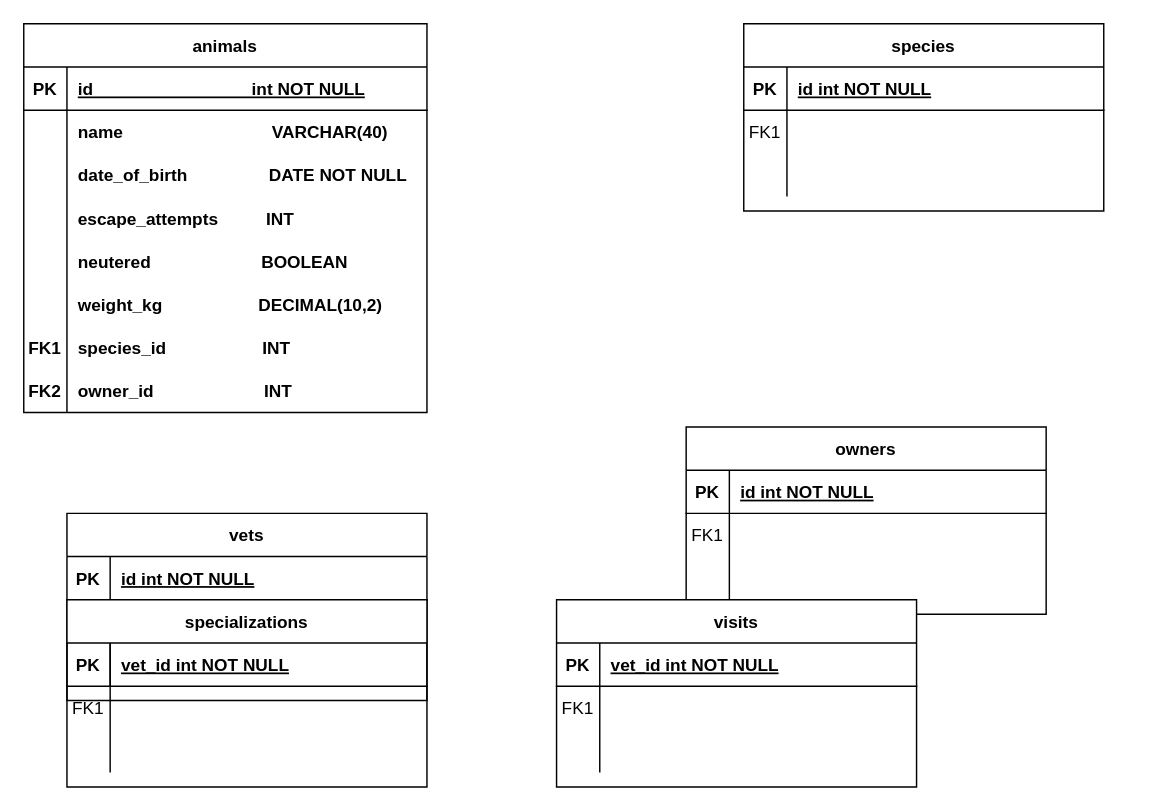
Earlier version of the draw.io diagram Untitled Diagram.drawio (mpa-mxiang/vet-clinic). Source tidied: cells renumbered, new cells numbered last; positions are measured from the earlier drawing's top-left corner, leaving out a move shared by most shapes. Both pictures are drawn from the tidied source at 144%, with x=0, y=0 at pixel (23, 23).
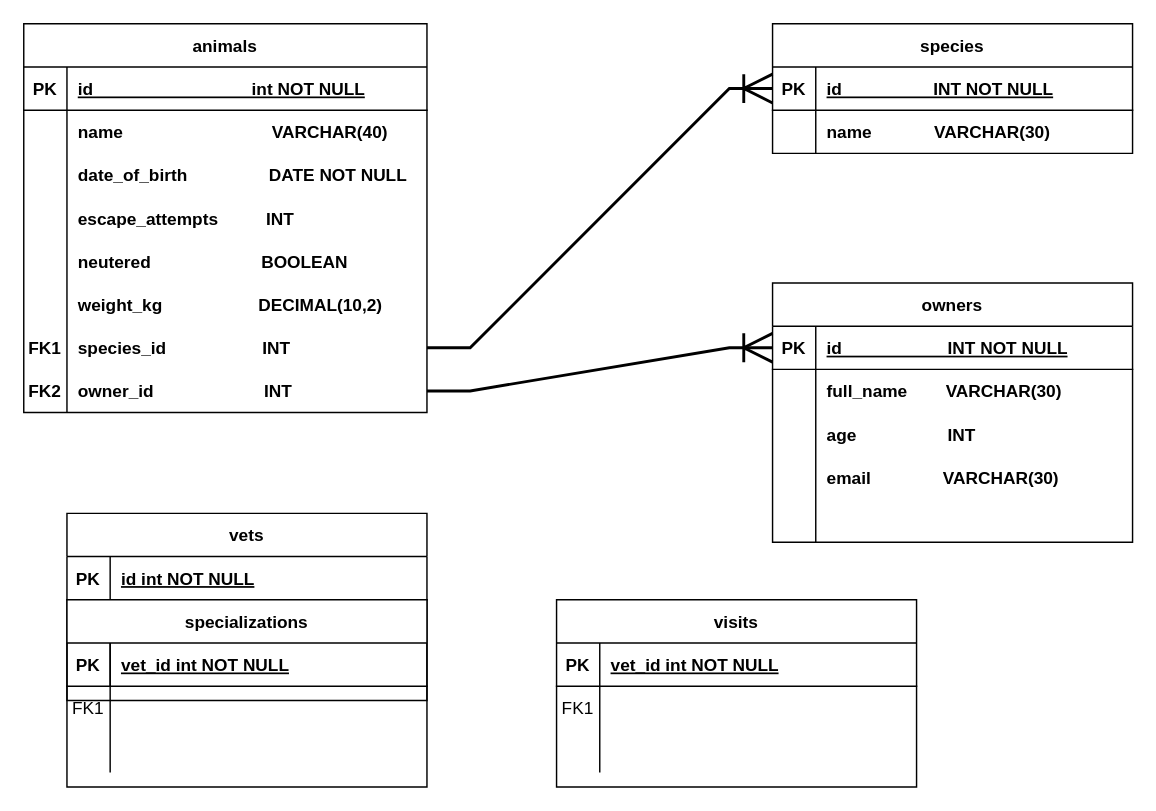
The same diagram, later.

Commit message:
SPECIES AND OWNERS DONE

Unchanged cells that the change refers to:
```xml
<mxCell id="3" style="shape=partialRectangle;fillColor=none;points=[[0,0.5],[1,0.5]];portConstraint=eastwest;top=0;left=0;right=0;bottom=1;" parent="2" vertex="1">
  <mxGeometry y="30" width="250" height="30" as="geometry" />
</mxCell>
<mxCell id="6" style="shape=partialRectangle;fillColor=none;top=0;left=0;right=0;bottom=0;" parent="2" vertex="1">
  <mxGeometry y="60" width="250" height="30" as="geometry" />
</mxCell>
<mxCell id="13" style="shape=partialRectangle;fillColor=none;points=[[0,0.5],[1,0.5]];portConstraint=eastwest;top=0;left=0;right=0;bottom=1;" parent="12" vertex="1">
  <mxGeometry y="30" width="250" height="30" as="geometry" />
</mxCell>
<mxCell id="16" style="shape=partialRectangle;fillColor=none;top=0;left=0;right=0;bottom=0;" parent="12" vertex="1">
  <mxGeometry y="60" width="250" height="30" as="geometry" />
</mxCell>
<mxCell id="41" style="shape=partialRectangle;fillColor=none;points=[[0,0.5],[1,0.5]];portConstraint=eastwest;top=0;left=0;right=0;bottom=0;" parent="22" vertex="1">
  <mxGeometry y="210" width="280" height="30" as="geometry" />
</mxCell>
<mxCell id="44" style="shape=partialRectangle;fillColor=none;points=[[0,0.5],[1,0.5]];portConstraint=eastwest;top=0;left=0;right=0;bottom=0;" parent="22" vertex="1">
  <mxGeometry y="240" width="280" height="30" as="geometry" />
</mxCell>
```

Change to the diagram source:
```diff
@@
     <mxCell id="2" value="owners" style="shape=table;startSize=30;childLayout=tableLayout;rowLines=0;fontStyle=1;align=center;" parent="1" vertex="1">
-      <mxGeometry x="460" y="280" width="250" height="130" as="geometry" />
+      <mxGeometry x="520" y="180" width="250" height="180" as="geometry" />
     </mxCell>
@@
-    <mxCell id="5" value="id int NOT NULL " style="shape=partialRectangle;overflow=hidden;fillColor=none;top=0;left=0;bottom=0;right=0;align=left;spacingLeft=6;fontStyle=5;" parent="3" vertex="1">
+    <mxCell id="5" value="id                      INT NOT NULL " style="shape=partialRectangle;overflow=hidden;fillColor=none;top=0;left=0;bottom=0;right=0;align=left;spacingLeft=6;fontStyle=5;" parent="3" vertex="1">
       <mxGeometry x="30" width="220" height="30" as="geometry" />
     </mxCell>
@@
-    <mxCell id="7" value="FK1" style="shape=partialRectangle;overflow=hidden;fillColor=none;top=0;left=0;bottom=0;right=0;" parent="6" vertex="1">
+    <mxCell id="7" style="shape=partialRectangle;overflow=hidden;fillColor=none;top=0;left=0;bottom=0;right=0;" parent="6" vertex="1">
       <mxGeometry width="30" height="30" as="geometry" />
     </mxCell>
-    <mxCell id="8" style="shape=partialRectangle;overflow=hidden;fillColor=none;top=0;left=0;bottom=0;right=0;align=left;spacingLeft=6;" parent="6" vertex="1">
+    <mxCell id="8" value="full_name        VARCHAR(30)" style="shape=partialRectangle;overflow=hidden;fillColor=none;top=0;left=0;bottom=0;right=0;align=left;spacingLeft=6;fontStyle=1;" parent="6" vertex="1">
       <mxGeometry x="30" width="220" height="30" as="geometry" />
     </mxCell>
+    <mxCell id="19" style="shape=partialRectangle;fillColor=none;top=0;left=0;right=0;bottom=0;" parent="2" vertex="1">
+      <mxGeometry y="90" width="250" height="30" as="geometry" />
+    </mxCell>
+    <mxCell id="77" style="shape=partialRectangle;overflow=hidden;fillColor=none;top=0;left=0;bottom=0;right=0;" parent="19" vertex="1">
+      <mxGeometry width="30" height="30" as="geometry" />
+    </mxCell>
+    <mxCell id="78" value="age                   INT" style="shape=partialRectangle;overflow=hidden;fillColor=none;top=0;left=0;bottom=0;right=0;align=left;spacingLeft=6;fontStyle=1;" parent="19" vertex="1">
+      <mxGeometry x="30" width="220" height="30" as="geometry" />
+    </mxCell>
+    <mxCell id="79" style="shape=partialRectangle;fillColor=none;top=0;left=0;right=0;bottom=0;" parent="2" vertex="1">
+      <mxGeometry y="120" width="250" height="30" as="geometry" />
+    </mxCell>
+    <mxCell id="80" style="shape=partialRectangle;overflow=hidden;fillColor=none;top=0;left=0;bottom=0;right=0;" parent="79" vertex="1">
+      <mxGeometry width="30" height="30" as="geometry" />
+    </mxCell>
+    <mxCell id="81" value="email               VARCHAR(30)" style="shape=partialRectangle;overflow=hidden;fillColor=none;top=0;left=0;bottom=0;right=0;align=left;spacingLeft=6;fontStyle=1;" parent="79" vertex="1">
+      <mxGeometry x="30" width="220" height="30" as="geometry" />
+    </mxCell>
     <mxCell id="9" style="shape=partialRectangle;fillColor=none;top=0;left=0;right=0;bottom=0;" parent="2" vertex="1">
-      <mxGeometry y="90" width="250" height="30" as="geometry" />
+      <mxGeometry y="150" width="250" height="30" as="geometry" />
     </mxCell>
@@
     <mxCell id="12" value="species" style="shape=table;startSize=30;childLayout=tableLayout;rowLines=0;fontStyle=1;align=center;" parent="1" vertex="1">
-      <mxGeometry x="500" width="250" height="130" as="geometry" />
+      <mxGeometry x="520" width="250" height="90" as="geometry" />
     </mxCell>
@@
-    <mxCell id="15" value="id int NOT NULL " style="shape=partialRectangle;overflow=hidden;fillColor=none;top=0;left=0;bottom=0;right=0;align=left;spacingLeft=6;fontStyle=5;" parent="13" vertex="1">
+    <mxCell id="15" value="id                   INT NOT NULL " style="shape=partialRectangle;overflow=hidden;fillColor=none;top=0;left=0;bottom=0;right=0;align=left;spacingLeft=6;fontStyle=5;" parent="13" vertex="1">
       <mxGeometry x="30" width="220" height="30" as="geometry" />
     </mxCell>
@@
-    <mxCell id="17" value="FK1" style="shape=partialRectangle;overflow=hidden;fillColor=none;top=0;left=0;bottom=0;right=0;" parent="16" vertex="1">
+    <mxCell id="17" style="shape=partialRectangle;overflow=hidden;fillColor=none;top=0;left=0;bottom=0;right=0;" parent="16" vertex="1">
       <mxGeometry width="30" height="30" as="geometry" />
     </mxCell>
-    <mxCell id="18" style="shape=partialRectangle;overflow=hidden;fillColor=none;top=0;left=0;bottom=0;right=0;align=left;spacingLeft=6;" parent="16" vertex="1">
+    <mxCell id="18" value="name             VARCHAR(30)" style="shape=partialRectangle;overflow=hidden;fillColor=none;top=0;left=0;bottom=0;right=0;align=left;spacingLeft=6;fontStyle=1;" parent="16" vertex="1">
       <mxGeometry x="30" width="220" height="30" as="geometry" />
     </mxCell>
-    <mxCell id="19" style="shape=partialRectangle;fillColor=none;top=0;left=0;right=0;bottom=0;" parent="12" vertex="1">
-      <mxGeometry y="90" width="250" height="30" as="geometry" />
-    </mxCell>
-    <mxCell id="20" style="shape=partialRectangle;overflow=hidden;fillColor=none;top=0;left=0;bottom=0;right=0;" parent="19" vertex="1">
-      <mxGeometry width="30" height="30" as="geometry" />
-    </mxCell>
-    <mxCell id="21" style="shape=partialRectangle;overflow=hidden;fillColor=none;top=0;left=0;bottom=0;right=0;align=left;spacingLeft=6;" parent="19" vertex="1">
-      <mxGeometry x="30" width="220" height="30" as="geometry" />
-    </mxCell>
@@
+    <mxCell id="82" style="edgeStyle=entityRelationEdgeStyle;fontSize=12;html=1;endArrow=ERoneToMany;rounded=0;exitX=1;exitY=0.5;exitDx=0;exitDy=0;entryX=0;entryY=0.5;entryDx=0;entryDy=0;strokeWidth=2;endSize=17;startSize=16;" parent="1" edge="1" source="41" target="13">
+      <mxGeometry relative="1" as="geometry">
+        <Array as="points">
+          <mxPoint x="360" y="45" />
+        </Array>
+      </mxGeometry>
+    </mxCell>
+    <mxCell id="83" style="edgeStyle=entityRelationEdgeStyle;fontSize=12;html=1;endArrow=ERoneToMany;rounded=0;entryX=0;entryY=0.5;entryDx=0;entryDy=0;strokeWidth=2;endSize=17;startSize=16;" parent="1" edge="1" source="44" target="3">
+      <mxGeometry relative="1" as="geometry">
+        <Array as="points">
+          <mxPoint x="360" y="90" />
+          <mxPoint x="390" y="245" />
+        </Array>
+      </mxGeometry>
+    </mxCell>
```
